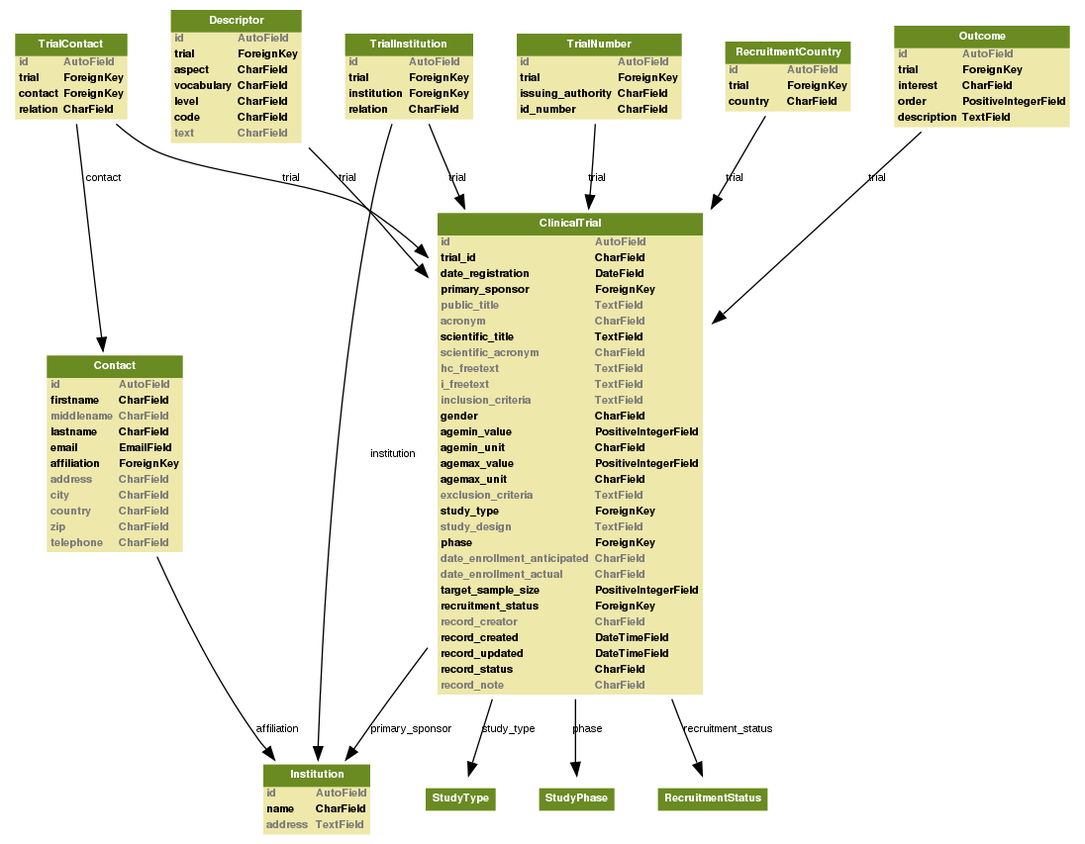
Above: docs/registry.png in bireme/opentrials (Graphviz), before the change. Its source is kept beside it as docs/registry.dot.
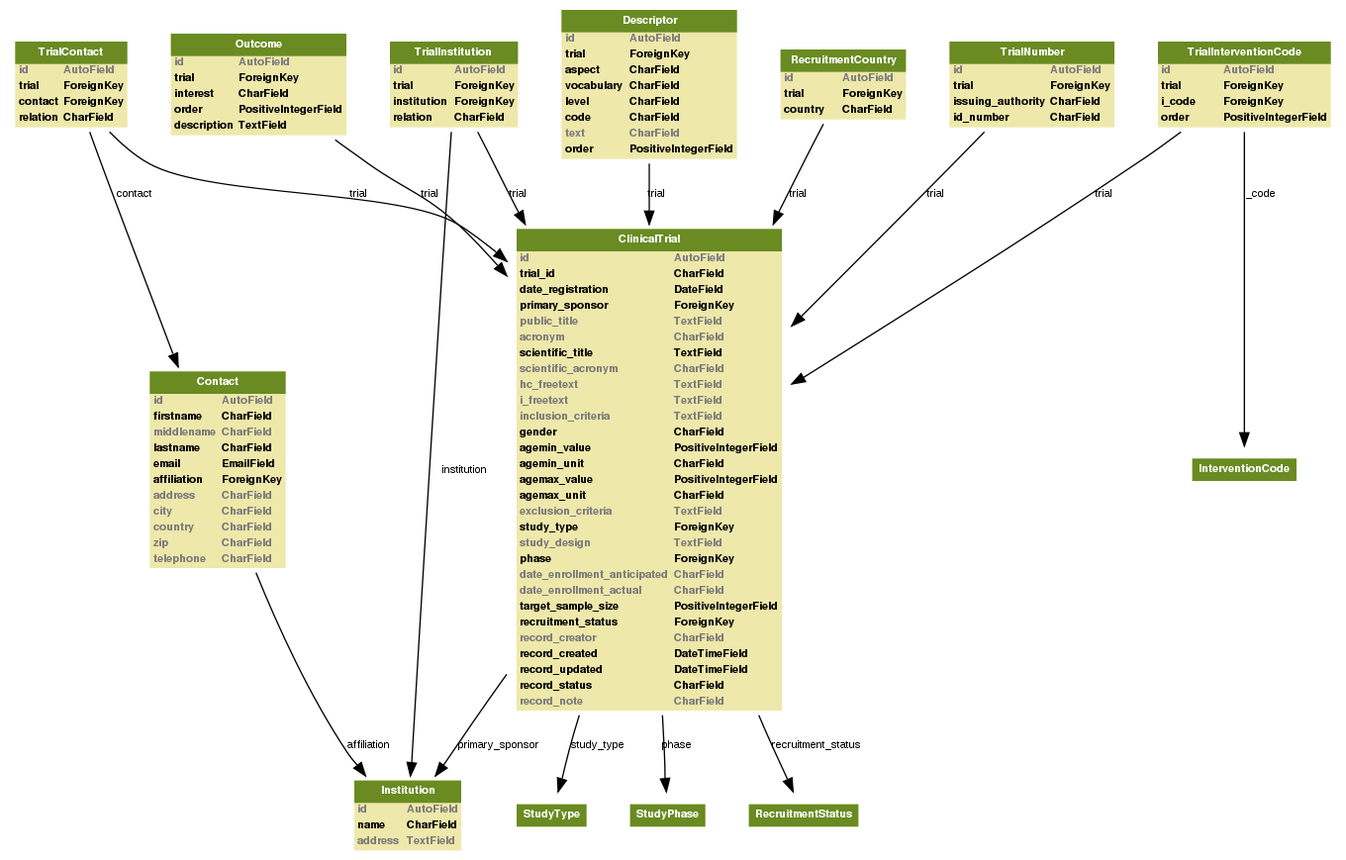
After the commit.

Commit message:
added xml samples and updated registry entity diagrams

Change to the diagram source:
```diff
@@ -147,6 +147,28 @@
         >ClinicalTrial</FONT></TD></TR>
         </TABLE>
         >]
+    TrialInterventionCode -> ClinicalTrial
+    [label="trial"] ;
+
+    InterventionCode [label=<
+        <TABLE BGCOLOR="palegoldenrod" BORDER="0" CELLBORDER="0" CELLSPACING="0">
+        <TR><TD COLSPAN="2" CELLPADDING="4" ALIGN="CENTER" BGCOLOR="olivedrab4"
+        ><FONT FACE="Helvetica Bold" COLOR="white"
+        >InterventionCode</FONT></TD></TR>
+        </TABLE>
+        >]
+    TrialInterventionCode -> InterventionCode
+    [label="i_code"] ;
+
+
+
+    ClinicalTrial [label=<
+        <TABLE BGCOLOR="palegoldenrod" BORDER="0" CELLBORDER="0" CELLSPACING="0">
+        <TR><TD COLSPAN="2" CELLPADDING="4" ALIGN="CENTER" BGCOLOR="olivedrab4"
+        ><FONT FACE="Helvetica Bold" COLOR="white"
+        >ClinicalTrial</FONT></TD></TR>
+        </TABLE>
+        >]
     Outcome -> ClinicalTrial
     [label="trial"] ;
 
@@ -655,6 +677,46 @@
     </TABLE>
     >]
 
+    TrialInterventionCode [label=<
+    <TABLE BGCOLOR="palegoldenrod" BORDER="0" CELLBORDER="0" CELLSPACING="0">
+     <TR><TD COLSPAN="2" CELLPADDING="4" ALIGN="CENTER" BGCOLOR="olivedrab4"
+     ><FONT FACE="Helvetica Bold" COLOR="white"
+     >TrialInterventionCode</FONT></TD></TR>
+
+
+
+        <TR><TD ALIGN="LEFT" BORDER="0"
+        ><FONT COLOR="#7B7B7B" FACE="Helvetica Bold">id</FONT
+        ></TD>
+        <TD ALIGN="LEFT"
+        ><FONT COLOR="#7B7B7B" FACE="Helvetica Bold">AutoField</FONT
+        ></TD></TR>
+
+        <TR><TD ALIGN="LEFT" BORDER="0"
+        ><FONT FACE="Helvetica Bold">trial</FONT
+        ></TD>
+        <TD ALIGN="LEFT"
+        ><FONT FACE="Helvetica Bold">ForeignKey</FONT
+        ></TD></TR>
+
+        <TR><TD ALIGN="LEFT" BORDER="0"
+        ><FONT FACE="Helvetica Bold">i_code</FONT
+        ></TD>
+        <TD ALIGN="LEFT"
+        ><FONT FACE="Helvetica Bold">ForeignKey</FONT
+        ></TD></TR>
+
+        <TR><TD ALIGN="LEFT" BORDER="0"
+        ><FONT FACE="Helvetica Bold">order</FONT
+        ></TD>
+        <TD ALIGN="LEFT"
+        ><FONT FACE="Helvetica Bold">PositiveIntegerField</FONT
+        ></TD></TR>
+
+
+    </TABLE>
+    >]
+
     Outcome [label=<
     <TABLE BGCOLOR="palegoldenrod" BORDER="0" CELLBORDER="0" CELLSPACING="0">
      <TR><TD COLSPAN="2" CELLPADDING="4" ALIGN="CENTER" BGCOLOR="olivedrab4"
@@ -759,6 +821,13 @@
         ><FONT COLOR="#7B7B7B" FACE="Helvetica Bold">CharField</FONT
         ></TD></TR>
 
+        <TR><TD ALIGN="LEFT" BORDER="0"
+        ><FONT FACE="Helvetica Bold">order</FONT
+        ></TD>
+        <TD ALIGN="LEFT"
+        ><FONT FACE="Helvetica Bold">PositiveIntegerField</FONT
+        ></TD></TR>
+
 
     </TABLE>
     >]
```
